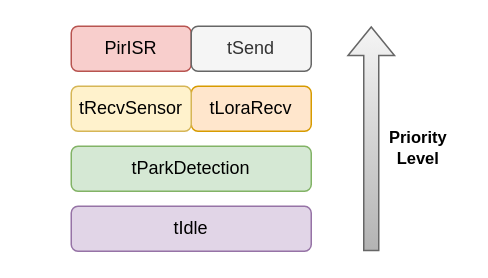
Earlier version of the draw.io diagram page "MaintPriority" (2 of 9) of documentation/flowcharts/LS/LSThreads.drawio (ESRGgroup9/slipad). Source tidied: cells renumbered, new cells numbered last; positions are measured from the earlier drawing's top-left corner, leaving out a move shared by most shapes. Both pictures are drawn from the tidied source at 150%, with x=0, y=0 at pixel (70, 26).
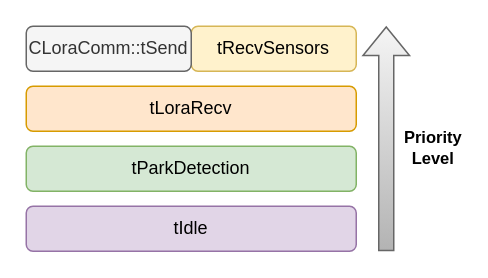
After the change.

Change to the diagram source:
```diff
@@
 <mxGraphModel>
   <root>
     <mxCell id="0" />
     <mxCell id="1" parent="0" />
-    <mxCell id="2" value="PirISR" style="rounded=1;whiteSpace=wrap;html=1;fillColor=#f8cecc;strokeColor=#b85450;" parent="1" vertex="1">
-      <mxGeometry width="80" height="30" as="geometry" />
-    </mxCell>
     <mxCell id="3" value="tLoraRecv" style="rounded=1;whiteSpace=wrap;html=1;fillColor=#ffe6cc;strokeColor=#d79b00;" parent="1" vertex="1">
-      <mxGeometry x="80" y="40" width="80" height="30" as="geometry" />
+      <mxGeometry x="-30" y="40" width="220" height="30" as="geometry" />
     </mxCell>
-    <mxCell id="4" value="tRecvSensor" style="rounded=1;whiteSpace=wrap;html=1;fillColor=#fff2cc;strokeColor=#d6b656;" parent="1" vertex="1">
-      <mxGeometry y="40" width="80" height="30" as="geometry" />
+    <mxCell id="4" value="tRecvSensors" style="rounded=1;whiteSpace=wrap;html=1;fillColor=#fff2cc;strokeColor=#d6b656;" parent="1" vertex="1">
+      <mxGeometry x="80" width="110" height="30" as="geometry" />
     </mxCell>
     <mxCell id="5" value="tParkDetection" style="rounded=1;whiteSpace=wrap;html=1;fillColor=#d5e8d4;strokeColor=#82b366;" parent="1" vertex="1">
-      <mxGeometry y="80" width="160" height="30" as="geometry" />
+      <mxGeometry x="-30" y="80" width="220" height="30" as="geometry" />
     </mxCell>
-    <mxCell id="6" value="tSend" style="rounded=1;whiteSpace=wrap;html=1;fillColor=#f5f5f5;strokeColor=#666666;fontColor=#333333;" parent="1" vertex="1">
-      <mxGeometry x="80" width="80" height="30" as="geometry" />
+    <mxCell id="6" value="CLoraComm::tSend" style="rounded=1;whiteSpace=wrap;html=1;fillColor=#f5f5f5;strokeColor=#666666;fontColor=#333333;" parent="1" vertex="1">
+      <mxGeometry x="-30" width="110" height="30" as="geometry" />
     </mxCell>
     <mxCell id="7" value="tIdle" style="rounded=1;whiteSpace=wrap;html=1;fillColor=#e1d5e7;strokeColor=#9673a6;" parent="1" vertex="1">
-      <mxGeometry y="120" width="160" height="30" as="geometry" />
+      <mxGeometry x="-30" y="120" width="220" height="30" as="geometry" />
     </mxCell>
     <mxCell id="8" style="shape=flexArrow;endArrow=classic;html=1;rounded=0;fillColor=#f5f5f5;gradientColor=#b3b3b3;strokeColor=#666666;" parent="1" edge="1">
       <mxGeometry relative="1" as="geometry">
-        <mxPoint x="200" y="150" as="sourcePoint" />
-        <mxPoint x="200" as="targetPoint" />
+        <mxPoint x="210" y="150" as="sourcePoint" />
+        <mxPoint x="210" as="targetPoint" />
       </mxGeometry>
     </mxCell>
     <mxCell id="9" value="&lt;div&gt;Priority&lt;/div&gt;&lt;div&gt;Level&lt;/div&gt;" style="edgeLabel;html=1;align=center;verticalAlign=middle;labelBackgroundColor=default;fontStyle=1;" parent="8" vertex="1">
       <mxGeometry x="0.54" y="-2" relative="1" as="geometry">
         <mxPoint x="28" y="46" as="offset" />
       </mxGeometry>
     </mxCell>
   </root>
 </mxGraphModel>
```
